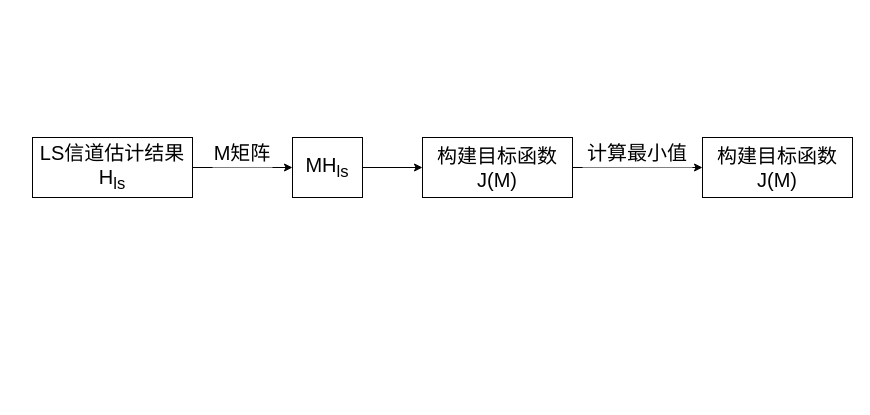
This is mmse算法.drawio from JYbrucEupup/zip, a draw.io file, before an edit. Source tidied: cells renumbered, new cells numbered last; positions are measured from the earlier drawing's top-left corner, leaving out a move shared by most shapes. Both pictures are drawn from the tidied source at 100%, with x=0, y=0 at pixel (32, 137).
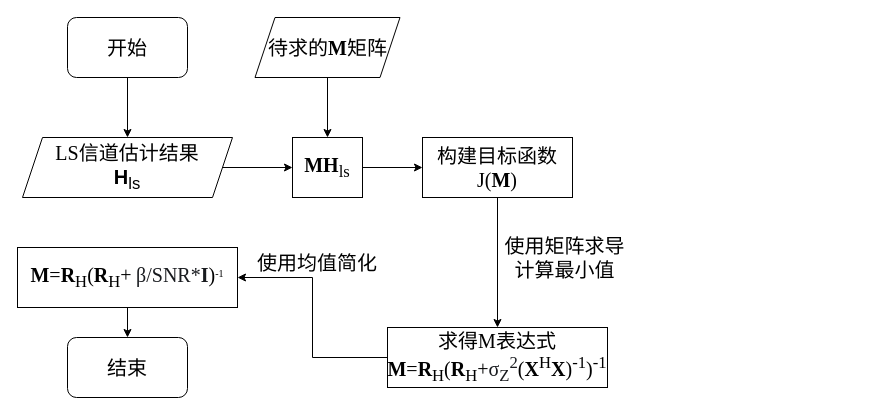
After the change.

Change to the diagram source:
```diff
@@
 <mxGraphModel>
   <root>
     <mxCell id="0" />
     <mxCell id="1" parent="0" />
-    <mxCell id="2" value="&lt;font style=&quot;font-size: 20px;&quot;&gt;LS信道估计结果&lt;/font&gt;&lt;div&gt;&lt;font style=&quot;font-size: 20px;&quot;&gt;H&lt;sub&gt;ls&lt;/sub&gt;&lt;/font&gt;&lt;/div&gt;" style="rounded=0;whiteSpace=wrap;html=1;" parent="1" vertex="1">
-      <mxGeometry width="160" height="60" as="geometry" />
-    </mxCell>
-    <mxCell id="3" value="&lt;font style=&quot;font-size: 20px;&quot;&gt;&lt;font style=&quot;font-size: 20px;&quot;&gt;M&lt;/font&gt;H&lt;sub&gt;ls&lt;/sub&gt;&lt;/font&gt;" style="rounded=0;whiteSpace=wrap;html=1;" parent="1" vertex="1">
+    <mxCell id="3" value="&lt;font face=&quot;Times New Roman&quot; style=&quot;font-size: 20px;&quot;&gt;&lt;b&gt;&lt;font style=&quot;font-size: 20px;&quot;&gt;M&lt;/font&gt;H&lt;/b&gt;&lt;sub&gt;ls&lt;/sub&gt;&lt;/font&gt;" style="rounded=0;whiteSpace=wrap;html=1;" parent="1" vertex="1">
       <mxGeometry x="260" width="70" height="60" as="geometry" />
     </mxCell>
     <mxCell id="4" style="endArrow=classic;html=1;rounded=0;exitX=1;exitY=0.5;exitDx=0;exitDy=0;entryX=0;entryY=0.5;entryDx=0;entryDy=0;" parent="1" edge="1" source="2" target="3">
       <mxGeometry relative="1" as="geometry" />
     </mxCell>
-    <mxCell id="5" value="&lt;span style=&quot;font-size: 20px; text-align: left;&quot;&gt;M矩阵&lt;/span&gt;" style="rounded=0;whiteSpace=wrap;html=1;strokeColor=none;" parent="1" vertex="1">
-      <mxGeometry x="180" width="60" height="30" as="geometry" />
-    </mxCell>
-    <mxCell id="6" value="&lt;font style=&quot;font-size: 20px;&quot;&gt;构建目标函数&lt;/font&gt;&lt;div&gt;&lt;font style=&quot;font-size: 20px;&quot;&gt;J(M)&lt;/font&gt;&lt;/div&gt;" style="rounded=0;whiteSpace=wrap;html=1;" parent="1" vertex="1">
+    <mxCell id="6" value="&lt;font face=&quot;Times New Roman&quot; style=&quot;font-size: 20px;&quot;&gt;构建目标函数&lt;/font&gt;&lt;div&gt;&lt;font face=&quot;Times New Roman&quot; style=&quot;font-size: 20px;&quot;&gt;J(&lt;b&gt;M&lt;/b&gt;)&lt;/font&gt;&lt;/div&gt;" style="rounded=0;whiteSpace=wrap;html=1;" parent="1" vertex="1">
       <mxGeometry x="390" width="150" height="60" as="geometry" />
     </mxCell>
     <mxCell id="7" style="endArrow=classic;html=1;rounded=0;exitX=1;exitY=0.5;exitDx=0;exitDy=0;entryX=0;entryY=0.5;entryDx=0;entryDy=0;" parent="1" edge="1" source="3" target="6">
       <mxGeometry relative="1" as="geometry" />
     </mxCell>
-    <mxCell id="8" style="endArrow=classic;html=1;rounded=0;exitX=1;exitY=0.5;exitDx=0;exitDy=0;entryX=0;entryY=0.5;entryDx=0;entryDy=0;" parent="1" edge="1" source="6" target="9">
+    <mxCell id="8" style="endArrow=classic;html=1;rounded=0;exitX=0.5;exitY=1;exitDx=0;exitDy=0;entryX=0.5;entryY=0;entryDx=0;entryDy=0;" parent="1" edge="1" source="6" target="9">
       <mxGeometry relative="1" as="geometry" />
     </mxCell>
+    <mxCell id="11" style="edgeStyle=orthogonalEdgeStyle;rounded=0;jettySize=auto;html=1;exitX=0;exitY=0.5;exitDx=0;exitDy=0;entryX=1;entryY=0.5;entryDx=0;entryDy=0;" parent="1" edge="1" source="9" target="15">
+      <mxGeometry relative="1" as="geometry" />
+    </mxCell>
-    <mxCell id="9" value="&lt;font style=&quot;font-size: 20px;&quot;&gt;构建目标函数&lt;/font&gt;&lt;div&gt;&lt;font style=&quot;font-size: 20px;&quot;&gt;J(M)&lt;/font&gt;&lt;/div&gt;" style="rounded=0;whiteSpace=wrap;html=1;" parent="1" vertex="1">
-      <mxGeometry x="670" width="150" height="60" as="geometry" />
+    <mxCell id="9" value="&lt;span style=&quot;font-size: 20px;&quot;&gt;&lt;font face=&quot;Times New Roman&quot;&gt;求得M表达式&lt;/font&gt;&lt;/span&gt;&lt;div&gt;&lt;font face=&quot;Times New Roman&quot;&gt;&lt;span style=&quot;font-size: 20px;&quot;&gt;&lt;b&gt;M&lt;/b&gt;=&lt;b&gt;R&lt;/b&gt;&lt;sub style=&quot;&quot;&gt;H&lt;/sub&gt;&lt;/span&gt;&lt;span style=&quot;font-size: 20px; background-color: initial;&quot;&gt;(&lt;b&gt;R&lt;/b&gt;&lt;sub style=&quot;&quot;&gt;H&lt;/sub&gt;+&lt;/span&gt;&lt;span style=&quot;background-color: rgb(255, 255, 255); color: rgb(25, 27, 31); text-align: start;&quot;&gt;&lt;font style=&quot;font-size: 20px;&quot;&gt;σ&lt;sub&gt;Z&lt;/sub&gt;&lt;sup&gt;2&lt;/sup&gt;&lt;/font&gt;&lt;/span&gt;&lt;span style=&quot;font-size: 20px; background-color: initial;&quot;&gt;(&lt;b&gt;X&lt;/b&gt;&lt;sup&gt;H&lt;/sup&gt;&lt;b&gt;X&lt;/b&gt;)&lt;sup&gt;-1&lt;/sup&gt;&lt;/span&gt;&lt;span style=&quot;background-color: initial; font-size: 20px;&quot;&gt;)&lt;sup style=&quot;&quot;&gt;-1&lt;/sup&gt;&lt;/span&gt;&lt;/font&gt;&lt;/div&gt;" style="rounded=0;whiteSpace=wrap;html=1;" parent="1" vertex="1">
+      <mxGeometry x="355" y="190" width="220" height="60" as="geometry" />
     </mxCell>
-    <mxCell id="10" value="&lt;span style=&quot;font-size: 20px; text-align: left;&quot;&gt;计算最小值&lt;/span&gt;" style="rounded=0;whiteSpace=wrap;html=1;strokeColor=none;" parent="1" vertex="1">
-      <mxGeometry x="550" width="110" height="30" as="geometry" />
+    <mxCell id="10" value="&lt;span style=&quot;font-size: 20px; text-align: left;&quot;&gt;&lt;font face=&quot;Times New Roman&quot;&gt;使用矩阵求导计算最小值&lt;/font&gt;&lt;/span&gt;" style="rounded=0;whiteSpace=wrap;html=1;strokeColor=none;opacity=0;" parent="1" vertex="1">
+      <mxGeometry x="470" y="105" width="125" height="30" as="geometry" />
     </mxCell>
+    <mxCell id="2" value="&lt;font face=&quot;Times New Roman&quot; style=&quot;font-size: 20px;&quot;&gt;LS信道估计结果&lt;/font&gt;&lt;div&gt;&lt;font face=&quot;UGnYcOUPacRxoHWNrJcx&quot; style=&quot;font-size: 20px;&quot;&gt;&lt;b&gt;H&lt;/b&gt;&lt;sub&gt;ls&lt;/sub&gt;&lt;/font&gt;&lt;/div&gt;" style="shape=parallelogram;perimeter=parallelogramPerimeter;whiteSpace=wrap;html=1;fixedSize=1;" parent="1" vertex="1">
+      <mxGeometry x="-10" width="210" height="60" as="geometry" />
+    </mxCell>
+    <mxCell id="12" style="edgeStyle=orthogonalEdgeStyle;rounded=0;jettySize=auto;html=1;exitX=0.5;exitY=1;exitDx=0;exitDy=0;entryX=0.5;entryY=0;entryDx=0;entryDy=0;" parent="1" edge="1" source="13" target="3">
+      <mxGeometry relative="1" as="geometry" />
+    </mxCell>
+    <mxCell id="13" value="&lt;span style=&quot;font-size: 20px; text-align: left;&quot;&gt;&lt;font face=&quot;Times New Roman&quot;&gt;待求的&lt;b&gt;M&lt;/b&gt;矩阵&lt;/font&gt;&lt;/span&gt;" style="shape=parallelogram;perimeter=parallelogramPerimeter;whiteSpace=wrap;html=1;fixedSize=1;" parent="1" vertex="1">
+      <mxGeometry x="222.5" y="-120" width="145" height="60" as="geometry" />
+    </mxCell>
+    <mxCell id="14" style="edgeStyle=orthogonalEdgeStyle;rounded=0;jettySize=auto;html=1;" parent="1" edge="1" source="15" target="19">
+      <mxGeometry relative="1" as="geometry" />
+    </mxCell>
+    <mxCell id="15" value="&lt;div&gt;&lt;font face=&quot;Times New Roman&quot;&gt;&lt;span style=&quot;font-size: 20px;&quot;&gt;&lt;b&gt;M&lt;/b&gt;=&lt;b&gt;R&lt;/b&gt;&lt;sub style=&quot;&quot;&gt;H&lt;/sub&gt;&lt;/span&gt;&lt;span style=&quot;font-size: 20px; background-color: initial;&quot;&gt;(&lt;b&gt;R&lt;/b&gt;&lt;sub style=&quot;&quot;&gt;H&lt;/sub&gt;+&lt;/span&gt;&lt;/font&gt;&lt;span style=&quot;background-color: rgb(255, 255, 255); color: rgb(25, 27, 31); font-family: -apple-system, BlinkMacSystemFont, &amp;quot;Helvetica Neue&amp;quot;, &amp;quot;PingFang SC&amp;quot;, &amp;quot;Microsoft YaHei&amp;quot;, &amp;quot;Source Han Sans SC&amp;quot;, &amp;quot;Noto Sans CJK SC&amp;quot;, &amp;quot;WenQuanYi Micro Hei&amp;quot;, sans-serif; font-size: medium; text-align: start;&quot;&gt;&amp;nbsp;&lt;/span&gt;&lt;span style=&quot;background-color: rgb(255, 255, 255); color: rgb(25, 27, 31); text-align: start;&quot;&gt;&lt;font style=&quot;font-size: 20px;&quot; face=&quot;Times New Roman&quot;&gt;β/SNR*&lt;b&gt;I&lt;/b&gt;&lt;/font&gt;&lt;/span&gt;&lt;span style=&quot;background-color: initial; font-size: 20px; font-family: &amp;quot;Times New Roman&amp;quot;;&quot;&gt;)&lt;/span&gt;&lt;sup style=&quot;background-color: initial; font-family: &amp;quot;Times New Roman&amp;quot;;&quot;&gt;-1&lt;/sup&gt;&lt;/div&gt;" style="rounded=0;whiteSpace=wrap;html=1;" parent="1" vertex="1">
+      <mxGeometry x="-15" y="110" width="220" height="60" as="geometry" />
+    </mxCell>
+    <mxCell id="16" style="edgeStyle=orthogonalEdgeStyle;rounded=0;jettySize=auto;html=1;exitX=0.5;exitY=1;exitDx=0;exitDy=0;entryX=0.5;entryY=0;entryDx=0;entryDy=0;" parent="1" edge="1" source="17" target="2">
+      <mxGeometry relative="1" as="geometry" />
+    </mxCell>
+    <mxCell id="17" value="&lt;span style=&quot;font-family: &amp;quot;Times New Roman&amp;quot;; font-size: 20px; text-align: left;&quot;&gt;开始&lt;/span&gt;" style="rounded=1;whiteSpace=wrap;html=1;" parent="1" vertex="1">
+      <mxGeometry x="35" y="-120" width="120" height="60" as="geometry" />
+    </mxCell>
+    <mxCell id="18" value="&lt;span style=&quot;font-family: &amp;quot;Times New Roman&amp;quot;; font-size: 20px;&quot;&gt;使用均值简化&lt;/span&gt;" style="rounded=0;whiteSpace=wrap;html=1;strokeColor=none;opacity=0;" parent="1" vertex="1">
+      <mxGeometry x="215" y="105" width="140" height="40" as="geometry" />
+    </mxCell>
+    <mxCell id="19" value="&lt;span style=&quot;font-family: &amp;quot;Times New Roman&amp;quot;; font-size: 20px; text-align: left;&quot;&gt;结束&lt;/span&gt;" style="rounded=1;whiteSpace=wrap;html=1;" parent="1" vertex="1">
+      <mxGeometry x="35" y="200" width="120" height="60" as="geometry" />
+    </mxCell>
   </root>
 </mxGraphModel>
```
